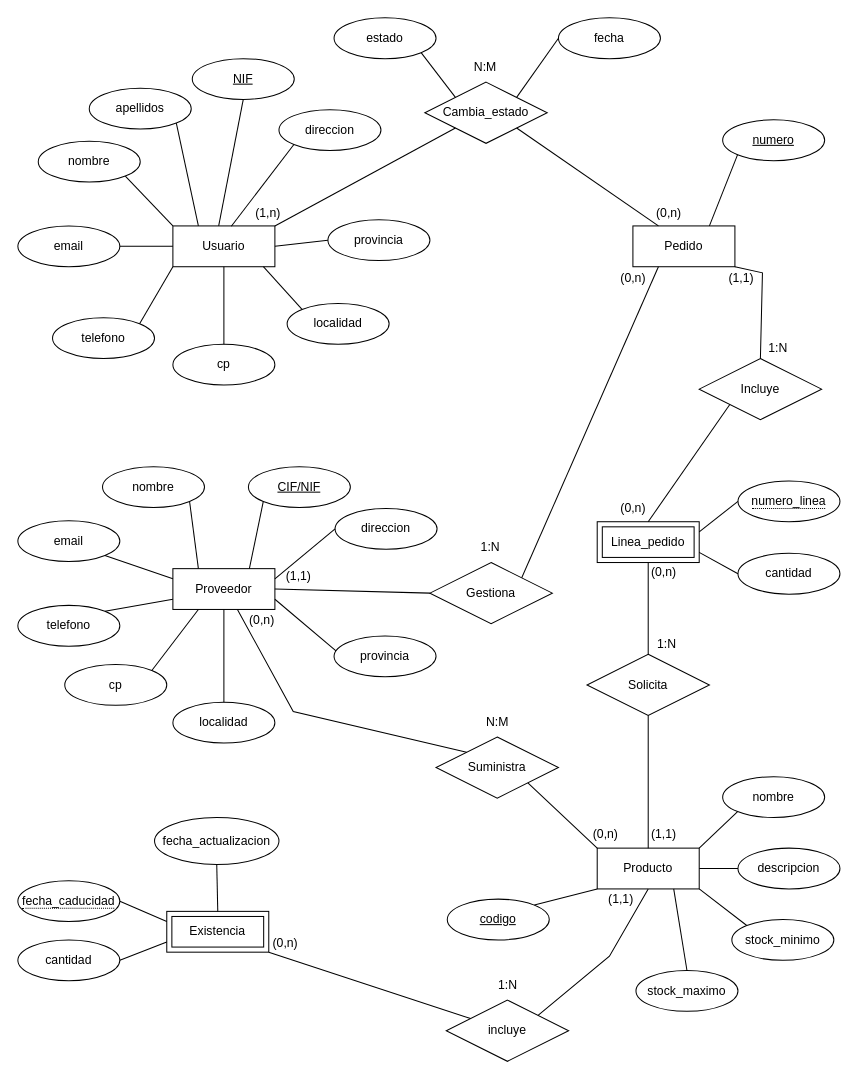
This is Diagrama sin título.drawio from mariopr25/StockAlmacen-ER, a draw.io file, before an edit. Source tidied: cells renumbered, new cells numbered last; positions are measured from the earlier drawing's top-left corner, leaving out a move shared by most shapes. Both pictures are drawn from the tidied source at 102%, with x=0, y=0 at pixel (17, 17).
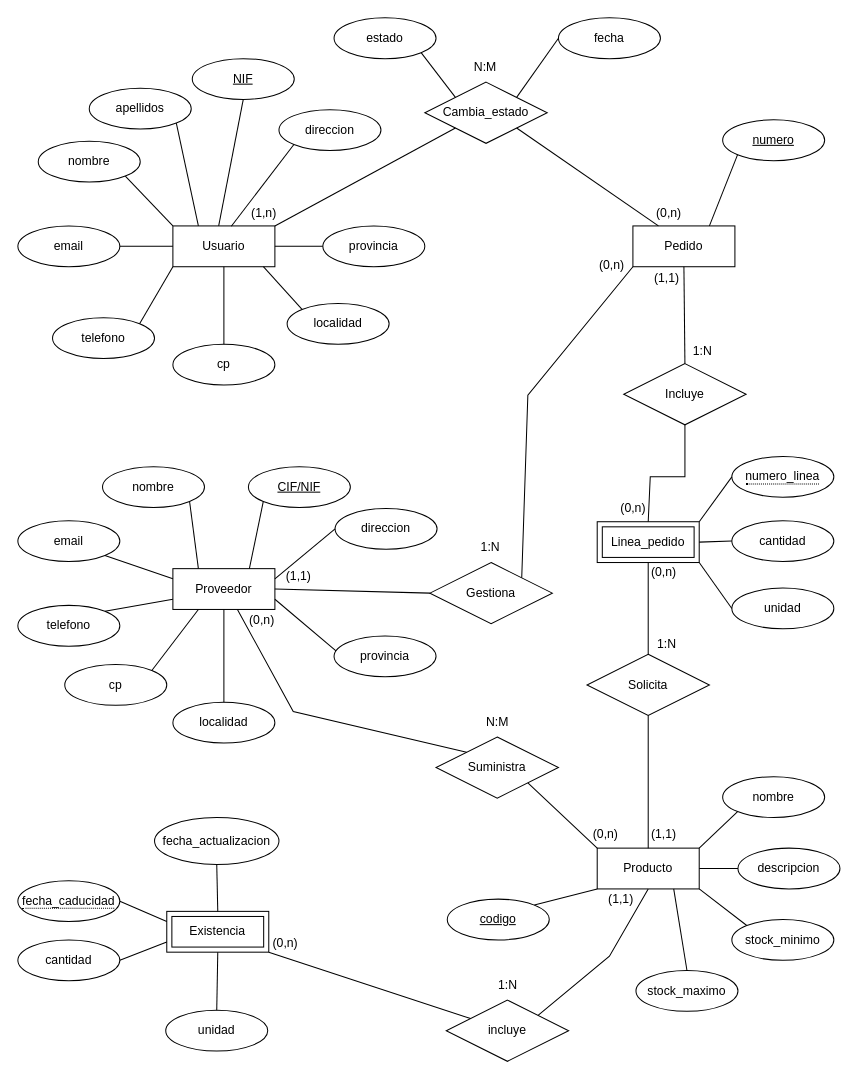
The same page after the edit.

Unchanged cells that the change refers to:
```xml
<mxCell id="49" value="Pedido" style="whiteSpace=wrap;html=1;align=center;" parent="1" vertex="1">
  <mxGeometry x="603" y="204" width="100" height="40" as="geometry" />
</mxCell>
<mxCell id="55" value="Linea_pedido" style="shape=ext;margin=3;double=1;whiteSpace=wrap;html=1;align=center;" parent="1" vertex="1">
  <mxGeometry x="568" y="494" width="100" height="40" as="geometry" />
</mxCell>
<mxCell id="69" value="Gestiona" style="shape=rhombus;perimeter=rhombusPerimeter;whiteSpace=wrap;html=1;align=center;" parent="1" vertex="1">
  <mxGeometry x="404" y="534" width="120" height="60" as="geometry" />
</mxCell>
<mxCell id="86" value="Existencia" style="shape=ext;margin=3;double=1;whiteSpace=wrap;html=1;align=center;" parent="1" vertex="1">
  <mxGeometry x="146" y="876" width="100" height="40" as="geometry" />
</mxCell>
```

Diff of the diagram source:
```diff
@@
     <mxCell id="7" value="provincia" style="ellipse;whiteSpace=wrap;html=1;align=center;" parent="1" vertex="1">
-      <mxGeometry x="304" y="198" width="100" height="40" as="geometry" />
+      <mxGeometry x="299" y="204" width="100" height="40" as="geometry" />
     </mxCell>
@@
     <mxCell id="56" value="Incluye" style="shape=rhombus;perimeter=rhombusPerimeter;whiteSpace=wrap;html=1;align=center;" parent="1" vertex="1">
-      <mxGeometry x="668" y="334" width="120" height="60" as="geometry" />
+      <mxGeometry x="594" y="339" width="120" height="60" as="geometry" />
     </mxCell>
-    <mxCell id="57" style="endArrow=none;html=1;rounded=0;entryX=0.5;entryY=0;entryDx=0;entryDy=0;exitX=1;exitY=1;exitDx=0;exitDy=0;" parent="1" edge="1" source="49" target="56">
-      <mxGeometry relative="1" as="geometry">
-        <Array as="points">
-          <mxPoint x="730" y="250" />
-        </Array>
-      </mxGeometry>
+    <mxCell id="57" style="endArrow=none;html=1;rounded=0;entryX=0.5;entryY=0;entryDx=0;entryDy=0;exitX=0.5;exitY=1;exitDx=0;exitDy=0;" parent="1" edge="1" source="49" target="56">
+      <mxGeometry relative="1" as="geometry" />
     </mxCell>
-    <mxCell id="58" style="endArrow=none;html=1;rounded=0;entryX=0.5;entryY=0;entryDx=0;entryDy=0;exitX=0;exitY=1;exitDx=0;exitDy=0;" parent="1" edge="1" source="56" target="55">
-      <mxGeometry relative="1" as="geometry" />
+    <mxCell id="58" style="endArrow=none;html=1;rounded=0;entryX=0.5;entryY=0;entryDx=0;entryDy=0;exitX=0.5;exitY=1;exitDx=0;exitDy=0;" parent="1" edge="1" source="56" target="55">
+      <mxGeometry relative="1" as="geometry">
+        <Array as="points">
+          <mxPoint x="654" y="450" />
+          <mxPoint x="620" y="450" />
+        </Array>
+      </mxGeometry>
     </mxCell>
@@
     <mxCell id="62" value="&lt;div&gt;cantidad&lt;/div&gt;" style="ellipse;whiteSpace=wrap;html=1;align=center;" parent="1" vertex="1">
-      <mxGeometry x="706" y="525" width="100" height="40" as="geometry" />
+      <mxGeometry x="700" y="493" width="100" height="40" as="geometry" />
     </mxCell>
-    <mxCell id="63" style="endArrow=none;html=1;rounded=0;entryX=0;entryY=0.5;entryDx=0;entryDy=0;exitX=1;exitY=0.75;exitDx=0;exitDy=0;" parent="1" edge="1" source="55" target="62">
+    <mxCell id="63" style="endArrow=none;html=1;rounded=0;entryX=0;entryY=0.5;entryDx=0;entryDy=0;exitX=1;exitY=0.5;exitDx=0;exitDy=0;" parent="1" edge="1" source="55" target="62">
       <mxGeometry relative="1" as="geometry" />
     </mxCell>
@@
     <mxCell id="67" value="&lt;span style=&quot;border-bottom: 1px dotted&quot;&gt;numero_linea&lt;/span&gt;" style="ellipse;whiteSpace=wrap;html=1;align=center;" parent="1" vertex="1">
-      <mxGeometry x="706" y="454" width="100" height="40" as="geometry" />
+      <mxGeometry x="700" y="430" width="100" height="40" as="geometry" />
     </mxCell>
-    <mxCell id="68" style="endArrow=none;html=1;rounded=0;entryX=0;entryY=0.5;entryDx=0;entryDy=0;exitX=1;exitY=0.25;exitDx=0;exitDy=0;" parent="1" edge="1" source="55" target="67">
+    <mxCell id="68" style="endArrow=none;html=1;rounded=0;entryX=0;entryY=0.5;entryDx=0;entryDy=0;exitX=1;exitY=0;exitDx=0;exitDy=0;" parent="1" edge="1" source="55" target="67">
       <mxGeometry relative="1" as="geometry" />
     </mxCell>
@@
     <mxCell id="72" value="(1,n)" style="text;html=1;align=center;verticalAlign=middle;strokeColor=none;fillColor=none;" parent="1" vertex="1">
-      <mxGeometry x="220" y="177" width="50" height="30" as="geometry" />
+      <mxGeometry x="216" y="177" width="50" height="30" as="geometry" />
     </mxCell>
@@
     <mxCell id="75" value="(0,n)" style="text;html=1;align=center;verticalAlign=middle;strokeColor=none;fillColor=none;" parent="1" vertex="1">
-      <mxGeometry x="578" y="240" width="50" height="30" as="geometry" />
+      <mxGeometry x="557" y="228" width="50" height="30" as="geometry" />
     </mxCell>
@@
     <mxCell id="77" value="(1,1)" style="text;html=1;align=center;verticalAlign=middle;strokeColor=none;fillColor=none;" parent="1" vertex="1">
-      <mxGeometry x="684" y="240" width="50" height="30" as="geometry" />
+      <mxGeometry x="611" y="240" width="50" height="30" as="geometry" />
     </mxCell>
@@
     <mxCell id="79" value="&lt;div&gt;1:N&lt;/div&gt;" style="text;html=1;align=center;verticalAlign=middle;strokeColor=none;fillColor=none;" parent="1" vertex="1">
-      <mxGeometry x="725" y="309" width="40" height="30" as="geometry" />
+      <mxGeometry x="651" y="312" width="40" height="30" as="geometry" />
     </mxCell>
@@
-    <mxCell id="101" style="endArrow=none;html=1;rounded=0;exitX=1;exitY=0;exitDx=0;exitDy=0;entryX=0.25;entryY=1;entryDx=0;entryDy=0;" parent="1" edge="1" source="69" target="49">
-      <mxGeometry relative="1" as="geometry" />
+    <mxCell id="101" style="endArrow=none;html=1;rounded=0;exitX=1;exitY=0;exitDx=0;exitDy=0;entryX=0;entryY=1;entryDx=0;entryDy=0;" parent="1" edge="1" source="69" target="49">
+      <mxGeometry relative="1" as="geometry">
+        <Array as="points">
+          <mxPoint x="500" y="370" />
+        </Array>
+      </mxGeometry>
     </mxCell>
@@
+    <mxCell id="104" value="unidad" style="ellipse;whiteSpace=wrap;html=1;align=center;" parent="1" vertex="1">
+      <mxGeometry x="145" y="973" width="100" height="40" as="geometry" />
+    </mxCell>
+    <mxCell id="105" style="endArrow=none;html=1;rounded=0;exitX=0.5;exitY=1;exitDx=0;exitDy=0;entryX=0.5;entryY=0;entryDx=0;entryDy=0;" parent="1" edge="1" source="86" target="104">
+      <mxGeometry relative="1" as="geometry" />
+    </mxCell>
+    <mxCell id="106" value="unidad" style="ellipse;whiteSpace=wrap;html=1;align=center;" parent="1" vertex="1">
+      <mxGeometry x="700" y="559" width="100" height="40" as="geometry" />
+    </mxCell>
+    <mxCell id="107" style="endArrow=none;html=1;rounded=0;entryX=0;entryY=0.5;entryDx=0;entryDy=0;exitX=1;exitY=1;exitDx=0;exitDy=0;" parent="1" edge="1" source="55" target="106">
+      <mxGeometry relative="1" as="geometry" />
+    </mxCell>
```
